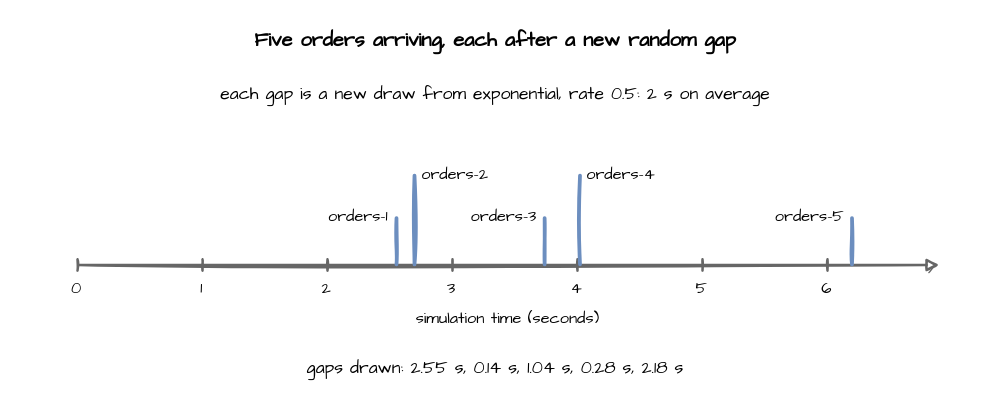
This is docs/assets/diagrams/arrival-timeline.drawio from jaehyeon-kim/desflow, a draw.io file, before an edit. Source tidied: cells renumbered, new cells numbered last; positions are measured from the earlier drawing's top-left corner, leaving out a move shared by most shapes. Both pictures are drawn from the tidied source at 125%, with x=0, y=0 at pixel (26, 21).
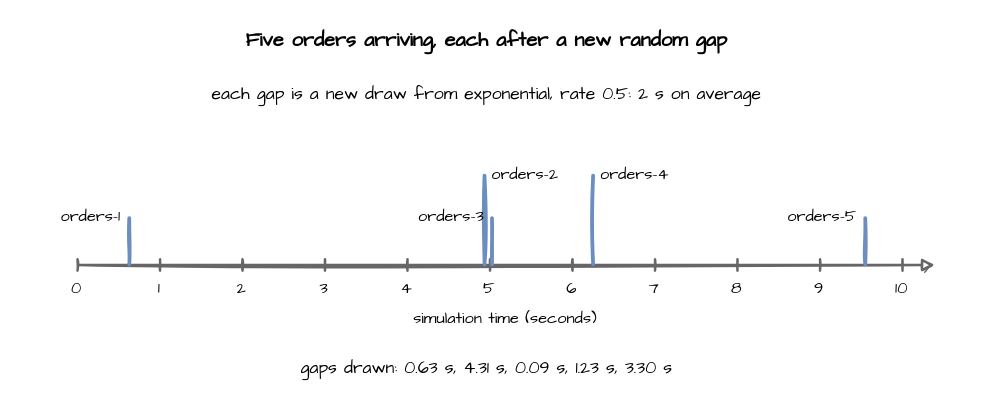
Above is the later version.

The edit, as a diff of the source:
```diff
@@
     <mxCell id="2" value="Five orders arriving, each after a new random gap" style="text;html=1;align=center;verticalAlign=middle;whiteSpace=wrap;fontFamily=Comic Sans MS;fontSize=16;fontStyle=1;" parent="1" vertex="1">
-      <mxGeometry width="750" height="30" as="geometry" />
+      <mxGeometry width="736.4" height="30" as="geometry" />
     </mxCell>
     <mxCell id="3" value="each gap is a new draw from exponential, rate 0.5: 2 s on average" style="text;html=1;align=center;verticalAlign=middle;whiteSpace=wrap;fontFamily=Comic Sans MS;fontSize=14;" parent="1" vertex="1">
-      <mxGeometry y="44" width="750" height="28" as="geometry" />
+      <mxGeometry y="44" width="736.4" height="28" as="geometry" />
     </mxCell>
@@
     <mxCell id="5" style="text;html=1;strokeColor=none;fillColor=none;" parent="1" vertex="1">
-      <mxGeometry x="730" y="194" width="1" height="1" as="geometry" />
+      <mxGeometry x="726.4" y="194" width="1" height="1" as="geometry" />
     </mxCell>
@@
     <mxCell id="11" style="text;html=1;strokeColor=none;fillColor=none;" parent="1" vertex="1">
-      <mxGeometry x="140" y="189" width="1" height="1" as="geometry" />
+      <mxGeometry x="106" y="189" width="1" height="1" as="geometry" />
     </mxCell>
     <mxCell id="12" style="text;html=1;strokeColor=none;fillColor=none;" parent="1" vertex="1">
-      <mxGeometry x="140" y="199" width="1" height="1" as="geometry" />
+      <mxGeometry x="106" y="199" width="1" height="1" as="geometry" />
     </mxCell>
@@
     <mxCell id="14" value="1" style="text;html=1;align=center;verticalAlign=middle;whiteSpace=wrap;fontFamily=Comic Sans MS;fontSize=13;" parent="1" vertex="1">
-      <mxGeometry x="125" y="202" width="30" height="22" as="geometry" />
+      <mxGeometry x="91" y="202" width="30" height="22" as="geometry" />
     </mxCell>
     <mxCell id="15" style="text;html=1;strokeColor=none;fillColor=none;" parent="1" vertex="1">
-      <mxGeometry x="240" y="189" width="1" height="1" as="geometry" />
+      <mxGeometry x="172" y="189" width="1" height="1" as="geometry" />
     </mxCell>
     <mxCell id="16" style="text;html=1;strokeColor=none;fillColor=none;" parent="1" vertex="1">
-      <mxGeometry x="240" y="199" width="1" height="1" as="geometry" />
+      <mxGeometry x="172" y="199" width="1" height="1" as="geometry" />
     </mxCell>
@@
     <mxCell id="18" value="2" style="text;html=1;align=center;verticalAlign=middle;whiteSpace=wrap;fontFamily=Comic Sans MS;fontSize=13;" parent="1" vertex="1">
-      <mxGeometry x="225" y="202" width="30" height="22" as="geometry" />
+      <mxGeometry x="157" y="202" width="30" height="22" as="geometry" />
     </mxCell>
     <mxCell id="19" style="text;html=1;strokeColor=none;fillColor=none;" parent="1" vertex="1">
-      <mxGeometry x="340" y="189" width="1" height="1" as="geometry" />
+      <mxGeometry x="238" y="189" width="1" height="1" as="geometry" />
     </mxCell>
     <mxCell id="20" style="text;html=1;strokeColor=none;fillColor=none;" parent="1" vertex="1">
-      <mxGeometry x="340" y="199" width="1" height="1" as="geometry" />
+      <mxGeometry x="238" y="199" width="1" height="1" as="geometry" />
     </mxCell>
@@
     <mxCell id="22" value="3" style="text;html=1;align=center;verticalAlign=middle;whiteSpace=wrap;fontFamily=Comic Sans MS;fontSize=13;" parent="1" vertex="1">
-      <mxGeometry x="325" y="202" width="30" height="22" as="geometry" />
+      <mxGeometry x="223" y="202" width="30" height="22" as="geometry" />
     </mxCell>
     <mxCell id="23" style="text;html=1;strokeColor=none;fillColor=none;" parent="1" vertex="1">
-      <mxGeometry x="440" y="189" width="1" height="1" as="geometry" />
+      <mxGeometry x="304" y="189" width="1" height="1" as="geometry" />
     </mxCell>
     <mxCell id="24" style="text;html=1;strokeColor=none;fillColor=none;" parent="1" vertex="1">
-      <mxGeometry x="440" y="199" width="1" height="1" as="geometry" />
+      <mxGeometry x="304" y="199" width="1" height="1" as="geometry" />
     </mxCell>
@@
     <mxCell id="26" value="4" style="text;html=1;align=center;verticalAlign=middle;whiteSpace=wrap;fontFamily=Comic Sans MS;fontSize=13;" parent="1" vertex="1">
-      <mxGeometry x="425" y="202" width="30" height="22" as="geometry" />
+      <mxGeometry x="289" y="202" width="30" height="22" as="geometry" />
     </mxCell>
     <mxCell id="27" style="text;html=1;strokeColor=none;fillColor=none;" parent="1" vertex="1">
-      <mxGeometry x="540" y="189" width="1" height="1" as="geometry" />
+      <mxGeometry x="370" y="189" width="1" height="1" as="geometry" />
     </mxCell>
     <mxCell id="28" style="text;html=1;strokeColor=none;fillColor=none;" parent="1" vertex="1">
-      <mxGeometry x="540" y="199" width="1" height="1" as="geometry" />
+      <mxGeometry x="370" y="199" width="1" height="1" as="geometry" />
     </mxCell>
@@
     <mxCell id="30" value="5" style="text;html=1;align=center;verticalAlign=middle;whiteSpace=wrap;fontFamily=Comic Sans MS;fontSize=13;" parent="1" vertex="1">
-      <mxGeometry x="525" y="202" width="30" height="22" as="geometry" />
+      <mxGeometry x="355" y="202" width="30" height="22" as="geometry" />
     </mxCell>
     <mxCell id="31" style="text;html=1;strokeColor=none;fillColor=none;" parent="1" vertex="1">
-      <mxGeometry x="640" y="189" width="1" height="1" as="geometry" />
+      <mxGeometry x="436" y="189" width="1" height="1" as="geometry" />
     </mxCell>
     <mxCell id="32" style="text;html=1;strokeColor=none;fillColor=none;" parent="1" vertex="1">
-      <mxGeometry x="640" y="199" width="1" height="1" as="geometry" />
+      <mxGeometry x="436" y="199" width="1" height="1" as="geometry" />
     </mxCell>
@@
     <mxCell id="34" value="6" style="text;html=1;align=center;verticalAlign=middle;whiteSpace=wrap;fontFamily=Comic Sans MS;fontSize=13;" parent="1" vertex="1">
-      <mxGeometry x="625" y="202" width="30" height="22" as="geometry" />
+      <mxGeometry x="421" y="202" width="30" height="22" as="geometry" />
     </mxCell>
+    <mxCell id="57" style="text;html=1;strokeColor=none;fillColor=none;" parent="1" vertex="1">
+      <mxGeometry x="502" y="189" width="1" height="1" as="geometry" />
+    </mxCell>
+    <mxCell id="58" style="text;html=1;strokeColor=none;fillColor=none;" parent="1" vertex="1">
+      <mxGeometry x="502" y="199" width="1" height="1" as="geometry" />
+    </mxCell>
+    <mxCell id="59" style="edgeStyle=orthogonalEdgeStyle;rounded=0;sketch=1;html=1;strokeWidth=2;endArrow=none;strokeColor=#666666;fontFamily=Comic Sans MS;fontSize=13;labelBackgroundColor=#ffffff;edgeStyle=none;" parent="1" edge="1" source="57" target="58">
+      <mxGeometry relative="1" as="geometry" />
+    </mxCell>
+    <mxCell id="60" value="7" style="text;html=1;align=center;verticalAlign=middle;whiteSpace=wrap;fontFamily=Comic Sans MS;fontSize=13;" parent="1" vertex="1">
+      <mxGeometry x="487" y="202" width="30" height="22" as="geometry" />
+    </mxCell>
+    <mxCell id="61" style="text;html=1;strokeColor=none;fillColor=none;" parent="1" vertex="1">
+      <mxGeometry x="568" y="189" width="1" height="1" as="geometry" />
+    </mxCell>
+    <mxCell id="62" style="text;html=1;strokeColor=none;fillColor=none;" parent="1" vertex="1">
+      <mxGeometry x="568" y="199" width="1" height="1" as="geometry" />
+    </mxCell>
+    <mxCell id="63" style="edgeStyle=orthogonalEdgeStyle;rounded=0;sketch=1;html=1;strokeWidth=2;endArrow=none;strokeColor=#666666;fontFamily=Comic Sans MS;fontSize=13;labelBackgroundColor=#ffffff;edgeStyle=none;" parent="1" edge="1" source="61" target="62">
+      <mxGeometry relative="1" as="geometry" />
+    </mxCell>
+    <mxCell id="64" value="8" style="text;html=1;align=center;verticalAlign=middle;whiteSpace=wrap;fontFamily=Comic Sans MS;fontSize=13;" parent="1" vertex="1">
+      <mxGeometry x="553" y="202" width="30" height="22" as="geometry" />
+    </mxCell>
+    <mxCell id="65" style="text;html=1;strokeColor=none;fillColor=none;" parent="1" vertex="1">
+      <mxGeometry x="634" y="189" width="1" height="1" as="geometry" />
+    </mxCell>
+    <mxCell id="66" style="text;html=1;strokeColor=none;fillColor=none;" parent="1" vertex="1">
+      <mxGeometry x="634" y="199" width="1" height="1" as="geometry" />
+    </mxCell>
+    <mxCell id="67" style="edgeStyle=orthogonalEdgeStyle;rounded=0;sketch=1;html=1;strokeWidth=2;endArrow=none;strokeColor=#666666;fontFamily=Comic Sans MS;fontSize=13;labelBackgroundColor=#ffffff;edgeStyle=none;" parent="1" edge="1" source="65" target="66">
+      <mxGeometry relative="1" as="geometry" />
+    </mxCell>
+    <mxCell id="68" value="9" style="text;html=1;align=center;verticalAlign=middle;whiteSpace=wrap;fontFamily=Comic Sans MS;fontSize=13;" parent="1" vertex="1">
+      <mxGeometry x="619" y="202" width="30" height="22" as="geometry" />
+    </mxCell>
+    <mxCell id="69" style="text;html=1;strokeColor=none;fillColor=none;" parent="1" vertex="1">
+      <mxGeometry x="700" y="189" width="1" height="1" as="geometry" />
+    </mxCell>
+    <mxCell id="70" style="text;html=1;strokeColor=none;fillColor=none;" parent="1" vertex="1">
+      <mxGeometry x="700" y="199" width="1" height="1" as="geometry" />
+    </mxCell>
+    <mxCell id="71" style="edgeStyle=orthogonalEdgeStyle;rounded=0;sketch=1;html=1;strokeWidth=2;endArrow=none;strokeColor=#666666;fontFamily=Comic Sans MS;fontSize=13;labelBackgroundColor=#ffffff;edgeStyle=none;" parent="1" edge="1" source="69" target="70">
+      <mxGeometry relative="1" as="geometry" />
+    </mxCell>
+    <mxCell id="72" value="10" style="text;html=1;align=center;verticalAlign=middle;whiteSpace=wrap;fontFamily=Comic Sans MS;fontSize=13;" parent="1" vertex="1">
+      <mxGeometry x="685" y="202" width="30" height="22" as="geometry" />
+    </mxCell>
     <mxCell id="35" value="simulation time (seconds)" style="text;html=1;align=center;verticalAlign=middle;whiteSpace=wrap;fontFamily=Comic Sans MS;fontSize=13;" parent="1" vertex="1">
-      <mxGeometry x="40" y="226" width="690" height="22" as="geometry" />
+      <mxGeometry x="40" y="226" width="686.4" height="22" as="geometry" />
     </mxCell>
     <mxCell id="36" style="text;html=1;strokeColor=none;fillColor=none;" parent="1" vertex="1">
-      <mxGeometry x="295.2" y="194" width="1" height="1" as="geometry" />
+      <mxGeometry x="81.4" y="194" width="1" height="1" as="geometry" />
     </mxCell>
     <mxCell id="37" style="text;html=1;strokeColor=none;fillColor=none;" parent="1" vertex="1">
-      <mxGeometry x="295.2" y="156" width="1" height="1" as="geometry" />
+      <mxGeometry x="81.4" y="156" width="1" height="1" as="geometry" />
     </mxCell>
@@
     <mxCell id="39" value="orders-1" style="text;html=1;align=right;verticalAlign=middle;whiteSpace=wrap;fontFamily=Comic Sans MS;fontSize=13;" parent="1" vertex="1">
-      <mxGeometry x="209.2" y="144" width="82" height="24" as="geometry" />
+      <mxGeometry x="-4.6" y="144" width="82" height="24" as="geometry" />
     </mxCell>
     <mxCell id="40" style="text;html=1;strokeColor=none;fillColor=none;" parent="1" vertex="1">
-      <mxGeometry x="309.6" y="194" width="1" height="1" as="geometry" />
+      <mxGeometry x="365.6" y="194" width="1" height="1" as="geometry" />
     </mxCell>
     <mxCell id="41" style="text;html=1;strokeColor=none;fillColor=none;" parent="1" vertex="1">
-      <mxGeometry x="309.6" y="122" width="1" height="1" as="geometry" />
+      <mxGeometry x="365.6" y="122" width="1" height="1" as="geometry" />
     </mxCell>
@@
     <mxCell id="43" value="orders-2" style="text;html=1;align=left;verticalAlign=middle;whiteSpace=wrap;fontFamily=Comic Sans MS;fontSize=13;" parent="1" vertex="1">
-      <mxGeometry x="313.6" y="110" width="82" height="24" as="geometry" />
+      <mxGeometry x="369.6" y="110" width="82" height="24" as="geometry" />
     </mxCell>
     <mxCell id="44" style="text;html=1;strokeColor=none;fillColor=none;" parent="1" vertex="1">
-      <mxGeometry x="413.7" y="194" width="1" height="1" as="geometry" />
+      <mxGeometry x="371.6" y="194" width="1" height="1" as="geometry" />
     </mxCell>
     <mxCell id="45" style="text;html=1;strokeColor=none;fillColor=none;" parent="1" vertex="1">
-      <mxGeometry x="413.7" y="156" width="1" height="1" as="geometry" />
+      <mxGeometry x="371.6" y="156" width="1" height="1" as="geometry" />
     </mxCell>
@@
     <mxCell id="47" value="orders-3" style="text;html=1;align=right;verticalAlign=middle;whiteSpace=wrap;fontFamily=Comic Sans MS;fontSize=13;" parent="1" vertex="1">
-      <mxGeometry x="327.7" y="144" width="82" height="24" as="geometry" />
+      <mxGeometry x="285.6" y="144" width="82" height="24" as="geometry" />
     </mxCell>
     <mxCell id="48" style="text;html=1;strokeColor=none;fillColor=none;" parent="1" vertex="1">
-      <mxGeometry x="442" y="194" width="1" height="1" as="geometry" />
+      <mxGeometry x="452.5" y="194" width="1" height="1" as="geometry" />
     </mxCell>
     <mxCell id="49" style="text;html=1;strokeColor=none;fillColor=none;" parent="1" vertex="1">
-      <mxGeometry x="442" y="122" width="1" height="1" as="geometry" />
+      <mxGeometry x="452.5" y="122" width="1" height="1" as="geometry" />
     </mxCell>
@@
     <mxCell id="51" value="orders-4" style="text;html=1;align=left;verticalAlign=middle;whiteSpace=wrap;fontFamily=Comic Sans MS;fontSize=13;" parent="1" vertex="1">
-      <mxGeometry x="446" y="110" width="82" height="24" as="geometry" />
+      <mxGeometry x="456.5" y="110" width="82" height="24" as="geometry" />
     </mxCell>
     <mxCell id="52" style="text;html=1;strokeColor=none;fillColor=none;" parent="1" vertex="1">
-      <mxGeometry x="659.6" y="194" width="1" height="1" as="geometry" />
+      <mxGeometry x="670.2" y="194" width="1" height="1" as="geometry" />
     </mxCell>
     <mxCell id="53" style="text;html=1;strokeColor=none;fillColor=none;" parent="1" vertex="1">
-      <mxGeometry x="659.6" y="156" width="1" height="1" as="geometry" />
+      <mxGeometry x="670.2" y="156" width="1" height="1" as="geometry" />
     </mxCell>
@@
     <mxCell id="55" value="orders-5" style="text;html=1;align=right;verticalAlign=middle;whiteSpace=wrap;fontFamily=Comic Sans MS;fontSize=13;" parent="1" vertex="1">
-      <mxGeometry x="573.6" y="144" width="82" height="24" as="geometry" />
+      <mxGeometry x="584.2" y="144" width="82" height="24" as="geometry" />
     </mxCell>
-    <mxCell id="56" value="gaps drawn: 2.55 s, 0.14 s, 1.04 s, 0.28 s, 2.18 s" style="text;html=1;align=center;verticalAlign=middle;whiteSpace=wrap;fontFamily=Comic Sans MS;fontSize=14;" parent="1" vertex="1">
-      <mxGeometry y="264" width="750" height="26" as="geometry" />
+    <mxCell id="56" value="gaps drawn: 0.63 s, 4.31 s, 0.09 s, 1.23 s, 3.30 s" style="text;html=1;align=center;verticalAlign=middle;whiteSpace=wrap;fontFamily=Comic Sans MS;fontSize=14;" parent="1" vertex="1">
+      <mxGeometry y="264" width="736.4" height="26" as="geometry" />
     </mxCell>
```
